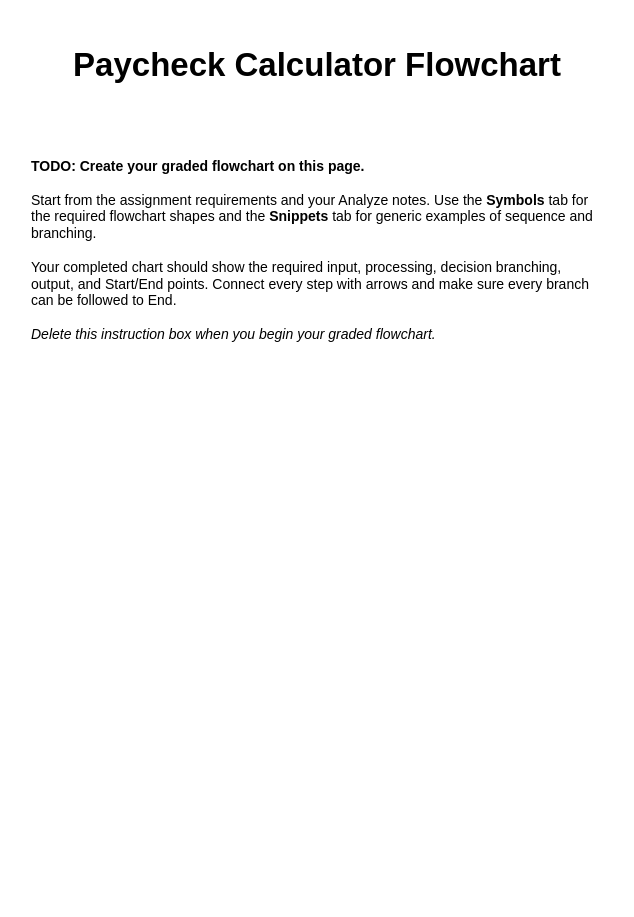
The draw.io diagram page "Paycheck Calculator" (1 of 5) of design/paycheck_calculator.drawio in MayniacNese-Tech/it140-m3-assignment, before the edit. Source tidied: cells renumbered, new cells numbered last; positions are measured from the earlier drawing's top-left corner, leaving out a move shared by most shapes. Both pictures are drawn from the tidied source at 100%, with x=0, y=0 at pixel (17, 29).
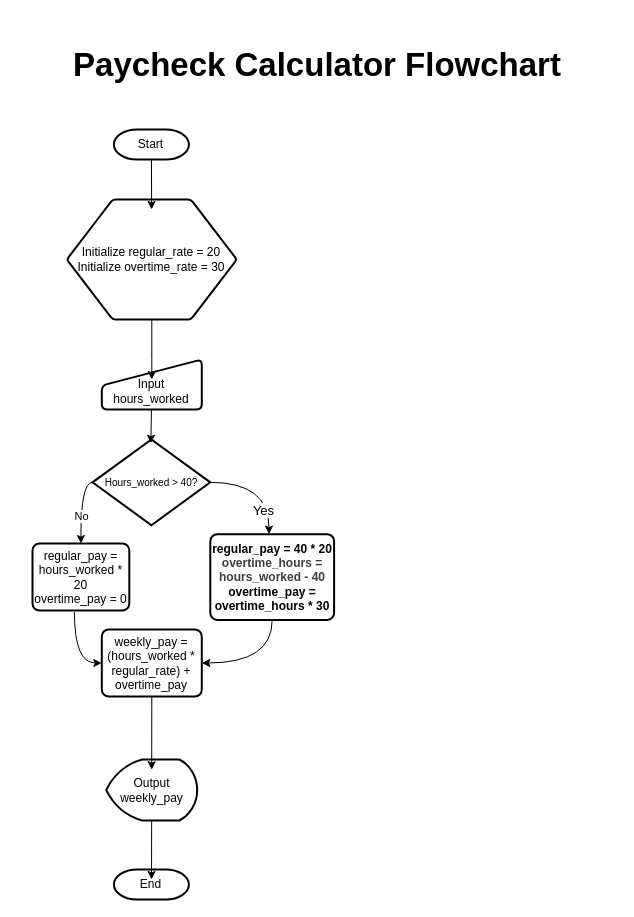
After the change.

Commit message (it also covers changes not shown here):
Complete Module Three assignment

Change to the diagram source:
```diff
@@
-    <mxCell id="2" value="&lt;h2&gt;Paycheck Calculator Flowchart&lt;/h2&gt;" style="text;html=1;align=center;verticalAlign=middle;whiteSpace=wrap;rounded=0;fontSize=22;" parent="1" vertex="1">
+    <mxCell id="2" value="&lt;h2&gt;Paycheck Calculator Flowchart&lt;/h2&gt;" style="text;html=1;align=center;verticalAlign=middle;whiteSpace=wrap;rounded=1;fontSize=22;" parent="1" vertex="1">
       <mxGeometry x="35" width="530" height="70" as="geometry" />
     </mxCell>
-    <mxCell id="3" value="&lt;b&gt;TODO: Create your graded flowchart on this page.&lt;/b&gt;&lt;br&gt;&lt;br&gt;Start from the assignment requirements and your Analyze notes. Use the &lt;b&gt;Symbols&lt;/b&gt; tab for the required flowchart shapes and the &lt;b&gt;Snippets&lt;/b&gt; tab for generic examples of sequence and branching.&lt;br&gt;&lt;br&gt;Your completed chart should show the required input, processing, decision branching, output, and Start/End points. Connect every step with arrows and make sure every branch can be followed to End.&lt;br&gt;&lt;br&gt;&lt;i&gt;Delete this instruction box when you begin your graded flowchart.&lt;/i&gt;" style="text;html=1;align=left;verticalAlign=top;whiteSpace=wrap;rounded=1;strokeWidth=1;spacing=14;fontSize=14;" parent="1" vertex="1">
-      <mxGeometry y="110" width="600" height="330" as="geometry" />
-    </mxCell>
+    <mxCell id="4" value="Start" style="strokeWidth=2;shape=mxgraph.flowchart.terminator;fontSize=12;whiteSpace=wrap;spacing=2;labelBackgroundColor=none;labelBorderColor=none;fontColor=default;html=1;rounded=1;" parent="1" vertex="1">
+      <mxGeometry x="96.4" y="100" width="75" height="30" as="geometry" />
+    </mxCell>
+    <mxCell id="5" value="&lt;div&gt;&lt;div&gt;&lt;br&gt;&lt;/div&gt;&lt;div&gt;Initialize regular_rate = 20&lt;/div&gt;&lt;div&gt;Initialize overtime_rate = 30&lt;/div&gt;&lt;/div&gt;&lt;div&gt;&lt;br&gt;&lt;/div&gt;" style="verticalLabelPosition=middle;verticalAlign=middle;shape=hexagon;perimeter=hexagonPerimeter2;arcSize=6;size=0.27;fontSize=12;strokeWidth=2;labelPosition=center;align=center;spacing=2;whiteSpace=wrap;labelBackgroundColor=none;labelBorderColor=none;fontColor=default;html=1;rounded=1;" parent="1" vertex="1">
+      <mxGeometry x="49.3" y="170" width="170" height="120" as="geometry" />
+    </mxCell>
+    <mxCell id="6" value="&lt;div&gt;&lt;br&gt;&lt;/div&gt;&lt;div&gt;&lt;div&gt;&lt;br&gt;&lt;/div&gt;&lt;div&gt;&lt;div&gt;Input hours_worked&lt;/div&gt;&lt;div&gt;&lt;br&gt;&lt;/div&gt;&lt;/div&gt;&lt;/div&gt;" style="strokeWidth=2;shape=manualInput;rounded=1;size=26;arcSize=11;fontSize=12;whiteSpace=wrap;spacing=2;labelBackgroundColor=none;labelBorderColor=none;fontColor=default;html=1;" parent="1" vertex="1">
+      <mxGeometry x="84.3" y="330" width="100" height="50" as="geometry" />
+    </mxCell>
+    <mxCell id="7" style="edgeStyle=orthogonalEdgeStyle;rounded=0;html=1;exitX=0;exitY=0.5;exitDx=0;exitDy=0;exitPerimeter=0;entryX=0.5;entryY=0;entryDx=0;entryDy=0;elbow=vertical;libavoidRouting=1;curved=1;" parent="1" edge="1" source="9" target="14">
+      <mxGeometry relative="1" as="geometry">
+        <Array as="points">
+          <mxPoint x="63" y="453" />
+        </Array>
+      </mxGeometry>
+    </mxCell>
+    <mxCell id="8" value="No" style="edgeLabel;html=1;align=center;verticalAlign=middle;" parent="7" vertex="1">
+      <mxGeometry x="0.23" relative="1" as="geometry" />
+    </mxCell>
+    <mxCell id="9" value="Hours_worked &amp;gt; 40?" style="strokeWidth=2;html=1;shape=mxgraph.flowchart.decision;whiteSpace=wrap;fontSize=10;" parent="1" vertex="1">
+      <mxGeometry x="75" y="410" width="117.8" height="85.7" as="geometry" />
+    </mxCell>
+    <mxCell id="10" style="edgeStyle=none;rounded=1;html=1;entryX=0.496;entryY=0.043;entryDx=0;entryDy=0;entryPerimeter=0;" parent="1" edge="1" source="6" target="9">
+      <mxGeometry relative="1" as="geometry" />
+    </mxCell>
+    <mxCell id="11" style="edgeStyle=orthogonalEdgeStyle;rounded=0;html=1;exitX=0.5;exitY=1;exitDx=0;exitDy=0;entryX=1;entryY=0.5;entryDx=0;entryDy=0;elbow=vertical;libavoidRouting=1;curved=1;" parent="1" edge="1" source="12" target="15">
+      <mxGeometry relative="1" as="geometry">
+        <Array as="points">
+          <mxPoint x="255" y="634" />
+        </Array>
+      </mxGeometry>
+    </mxCell>
+    <mxCell id="12" value="&lt;div&gt;&lt;font color=&quot;#000000&quot;&gt;&lt;b&gt;regular_pay = 40 * 20&lt;/b&gt;&lt;/font&gt;&lt;/div&gt;&lt;div&gt;&lt;span style=&quot;background-color: transparent; color: rgb(63, 63, 63);&quot;&gt;&lt;b&gt;overtime_hours = hours_worked - 40&lt;/b&gt;&lt;/span&gt;&lt;/div&gt;&lt;div&gt;&lt;span style=&quot;background-color: transparent;&quot;&gt;&lt;b&gt;overtime_pay = overtime_hours * 30&lt;/b&gt;&lt;/span&gt;&lt;/div&gt;" style="rounded=1;absoluteArcSize=1;arcSize=14;strokeWidth=2;fontSize=12;whiteSpace=wrap;spacing=2;labelBackgroundColor=none;labelBorderColor=none;fontColor=default;html=1;align=center;" parent="1" vertex="1">
+      <mxGeometry x="192.8" y="504.7" width="123.8" height="85.7" as="geometry" />
+    </mxCell>
+    <mxCell id="13" style="edgeStyle=elbowEdgeStyle;rounded=1;elbow=vertical;html=1;entryX=0.5;entryY=0.4;entryDx=0;entryDy=0;entryPerimeter=0;" parent="1" edge="1" source="5" target="6">
+      <mxGeometry relative="1" as="geometry" />
+    </mxCell>
+    <mxCell id="14" value="&lt;div&gt;&lt;font color=&quot;#000000&quot;&gt;regular_pay = hours_worked * 20&lt;/font&gt;&lt;/div&gt;&lt;div&gt;&lt;font color=&quot;#000000&quot;&gt;overtime_pay = 0&lt;/font&gt;&lt;/div&gt;" style="rounded=1;absoluteArcSize=1;arcSize=14;strokeWidth=2;fontSize=12;whiteSpace=wrap;spacing=2;labelBackgroundColor=none;labelBorderColor=none;fontColor=default;html=1;" parent="1" vertex="1">
+      <mxGeometry x="15" y="514" width="96.8" height="67" as="geometry" />
+    </mxCell>
+    <mxCell id="15" value="&lt;div&gt;&lt;font color=&quot;#000000&quot;&gt;&lt;br&gt;&lt;/font&gt;&lt;/div&gt;&lt;div&gt;&lt;font color=&quot;#000000&quot;&gt;weekly_pay = (hours_worked * regular_rate) + overtime_pay&lt;/font&gt;&lt;/div&gt;&lt;div&gt;&lt;br&gt;&lt;/div&gt;" style="rounded=1;absoluteArcSize=1;arcSize=14;strokeWidth=2;fontSize=12;whiteSpace=wrap;spacing=2;labelBackgroundColor=none;labelBorderColor=none;fontColor=default;html=1;" parent="1" vertex="1">
+      <mxGeometry x="84.3" y="600" width="100" height="67" as="geometry" />
+    </mxCell>
+    <mxCell id="16" style="edgeStyle=orthogonalEdgeStyle;rounded=0;html=1;elbow=vertical;exitX=1;exitY=0.5;exitDx=0;exitDy=0;exitPerimeter=0;entryX=0.474;entryY=-0.001;entryDx=0;entryDy=0;entryPerimeter=0;libavoidRouting=1;curved=1;" parent="1" edge="1" source="9" target="12">
+      <mxGeometry relative="1" as="geometry">
+        <Array as="points">
+          <mxPoint x="251" y="453" />
+        </Array>
+      </mxGeometry>
+    </mxCell>
+    <mxCell id="17" value="Yes" style="edgeLabel;html=1;align=center;verticalAlign=middle;fontSize=13;" parent="16" vertex="1">
+      <mxGeometry x="0.07" y="-9" relative="1" as="geometry">
+        <mxPoint x="3" y="27" as="offset" />
+      </mxGeometry>
+    </mxCell>
+    <mxCell id="18" style="edgeStyle=orthogonalEdgeStyle;rounded=0;html=1;entryX=0;entryY=0.5;entryDx=0;entryDy=0;elbow=vertical;libavoidRouting=1;curved=1;exitX=0.433;exitY=1.025;exitDx=0;exitDy=0;exitPerimeter=0;" parent="1" edge="1" source="14" target="15">
+      <mxGeometry relative="1" as="geometry">
+        <Array as="points">
+          <mxPoint x="57" y="634" />
+        </Array>
+      </mxGeometry>
+    </mxCell>
+    <mxCell id="19" value="&lt;div&gt;&lt;span style=&quot;background-color: transparent;&quot;&gt;&lt;br&gt;&lt;/span&gt;&lt;/div&gt;&lt;div&gt;&lt;span style=&quot;background-color: transparent;&quot;&gt;Output weekly_pay&lt;/span&gt;&lt;/div&gt;&lt;div&gt;&lt;br&gt;&lt;/div&gt;" style="strokeWidth=2;shape=mxgraph.flowchart.display;fontSize=12;whiteSpace=wrap;spacing=2;labelBackgroundColor=none;labelBorderColor=none;fontColor=default;html=1;align=center;" parent="1" vertex="1">
+      <mxGeometry x="88.7" y="730" width="91" height="61" as="geometry" />
+    </mxCell>
+    <mxCell id="20" style="edgeStyle=none;rounded=1;html=1;exitX=0.5;exitY=1;exitDx=0;exitDy=0;entryX=0.5;entryY=0.167;entryDx=0;entryDy=0;entryPerimeter=0;elbow=vertical;" parent="1" edge="1" source="15" target="19">
+      <mxGeometry relative="1" as="geometry" />
+    </mxCell>
+    <mxCell id="21" style="edgeStyle=none;rounded=1;html=1;entryX=0.499;entryY=0.083;entryDx=0;entryDy=0;entryPerimeter=0;elbow=vertical;" parent="1" edge="1" source="4" target="5">
+      <mxGeometry relative="1" as="geometry" />
+    </mxCell>
+    <mxCell id="22" value="End" style="strokeWidth=2;shape=mxgraph.flowchart.terminator;fontSize=12;whiteSpace=wrap;spacing=2;labelBackgroundColor=none;labelBorderColor=none;fontColor=default;html=1;rounded=1;" parent="1" vertex="1">
+      <mxGeometry x="96.4" y="840" width="75" height="30" as="geometry" />
+    </mxCell>
+    <mxCell id="23" style="edgeStyle=none;rounded=1;html=1;entryX=0.502;entryY=0.333;entryDx=0;entryDy=0;entryPerimeter=0;elbow=vertical;" parent="1" edge="1" source="19" target="22">
+      <mxGeometry relative="1" as="geometry" />
+    </mxCell>
```
